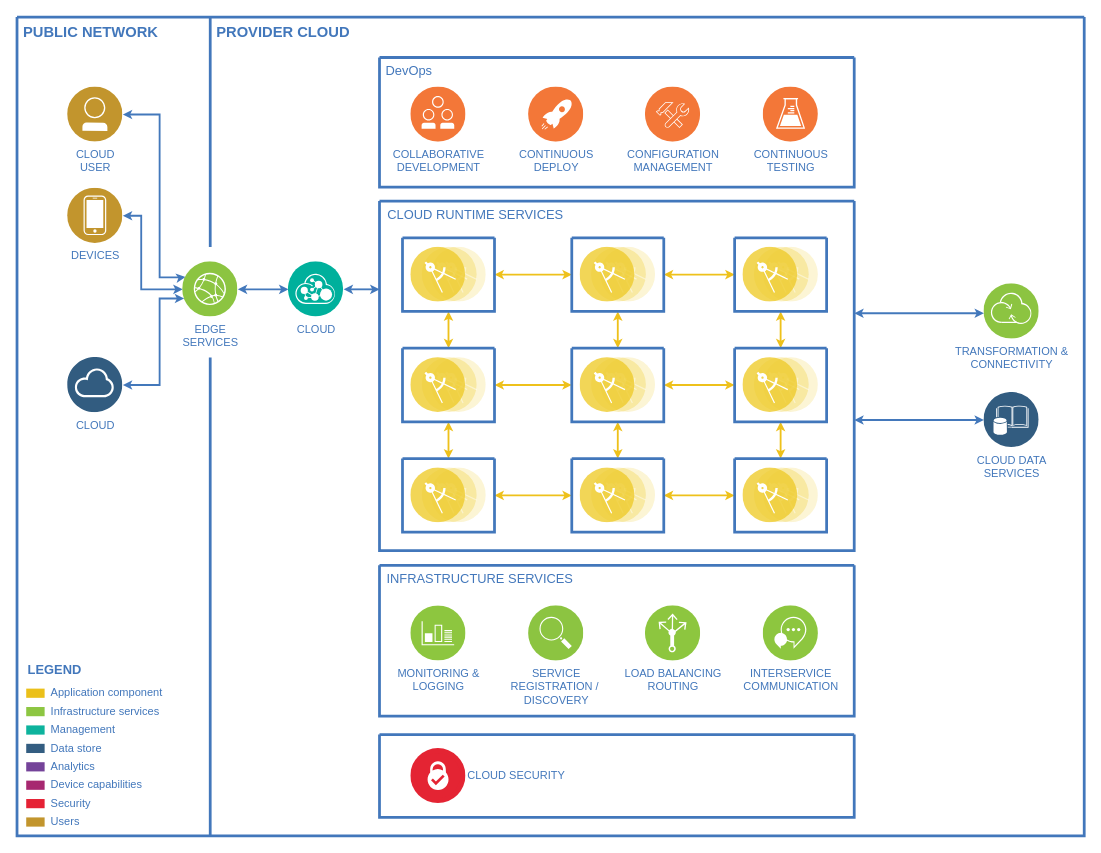
lordHodges/RRHHGrupofirma keeps this draw.io diagram as Untitled Diagram.drawio. Above is the earlier version. Source tidied: cells renumbered, new cells numbered last; positions are measured from the earlier drawing's top-left corner, leaving out a move shared by most shapes. Both pictures are drawn from the tidied source at 92%, with x=0, y=0 at pixel (17, 17).
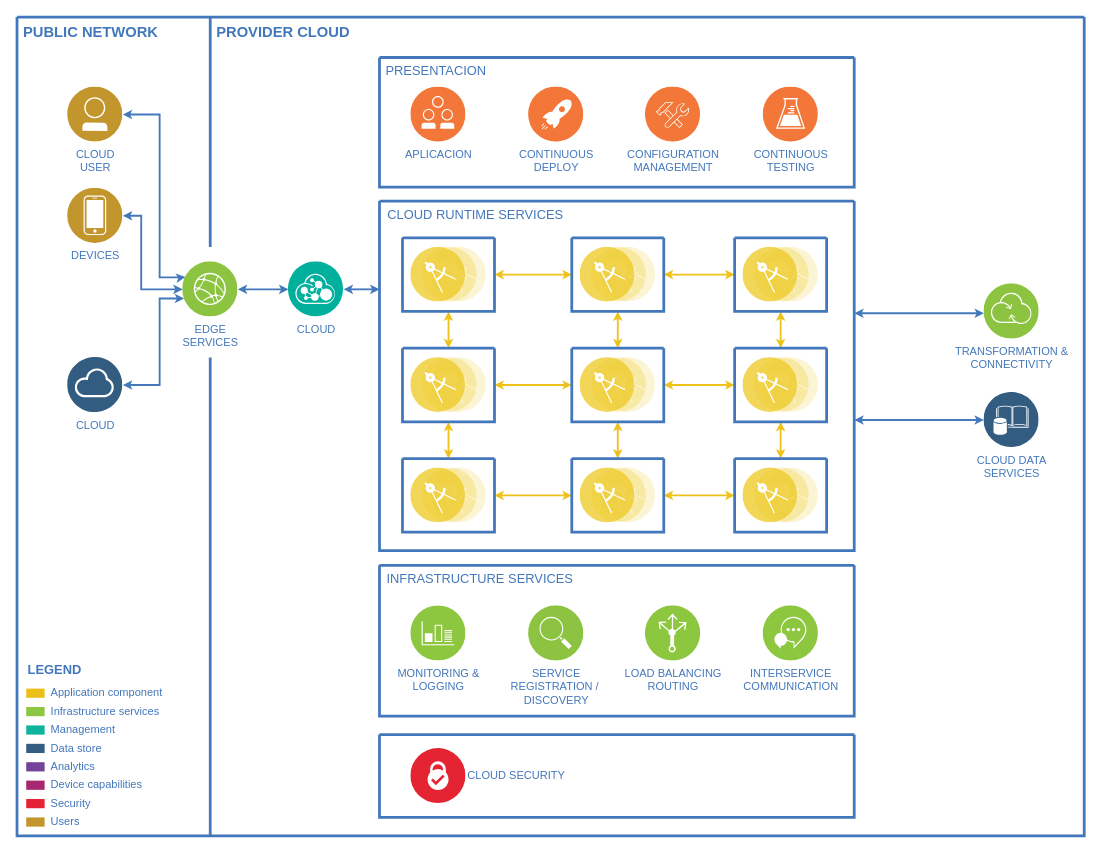
After the change.

Unchanged cells that the change refers to:
```xml
<mxCell id="28" style="swimlane;shadow=0;strokeColor=#4277BB;fillColor=#ffffff;fontColor=#4277BB;align=right;startSize=0;strokeWidth=3;" parent="2" vertex="1">
  <mxGeometry x="394" y="44" width="516" height="141" as="geometry" />
</mxCell>
```

The edit, as a diff of the source:
```diff
@@
-    <mxCell id="29" value="COLLABORATIVE&lt;div&gt;DEVELOPMENT&lt;/div&gt;" style="perimeter=ellipsePerimeter;html=1;align=center;shadow=0;dashed=0;image;image=img/lib/ibm/devops/collaborative_development.svg;labelBackgroundColor=#ffffff;strokeColor=#666666;strokeWidth=3;fillColor=#C2952D;gradientColor=none;fontSize=12;fontColor=#4277BB;" parent="28" vertex="1">
+    <mxCell id="29" value="APLICACION" style="perimeter=ellipsePerimeter;html=1;align=center;shadow=0;dashed=0;image;image=img/lib/ibm/devops/collaborative_development.svg;labelBackgroundColor=#ffffff;strokeColor=#666666;strokeWidth=3;fillColor=#C2952D;gradientColor=none;fontSize=12;fontColor=#4277BB;" parent="28" vertex="1">
       <mxGeometry x="34" y="32" width="60" height="60" as="geometry" />
     </mxCell>
@@
-    <mxCell id="33" value="DevOps" style="text;html=1;align=left;verticalAlign=top;fontColor=#4277BB;shadow=0;dashed=0;strokeColor=none;fillColor=none;labelBackgroundColor=none;fontStyle=0;fontSize=14;spacingLeft=5;" parent="28" vertex="1">
+    <mxCell id="33" value="PRESENTACION" style="text;html=1;align=left;verticalAlign=top;fontColor=#4277BB;shadow=0;dashed=0;strokeColor=none;fillColor=none;labelBackgroundColor=none;fontStyle=0;fontSize=14;spacingLeft=5;" parent="28" vertex="1">
       <mxGeometry width="90" height="26" as="geometry" />
     </mxCell>
```
